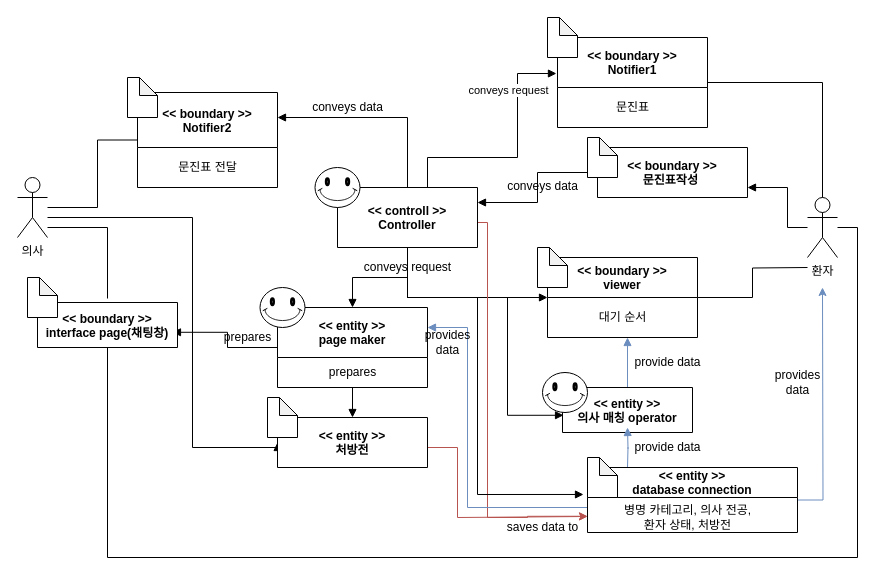
This is doctor/Domain model/UC1.drawio from yhb1834/Smart-Health-Prediction-System, a draw.io file, before an edit. Source tidied: cells renumbered, new cells numbered last; positions are measured from the earlier drawing's top-left corner, leaving out a move shared by most shapes. Both pictures are drawn from the tidied source at 100%, with x=0, y=0 at pixel (17, 17).
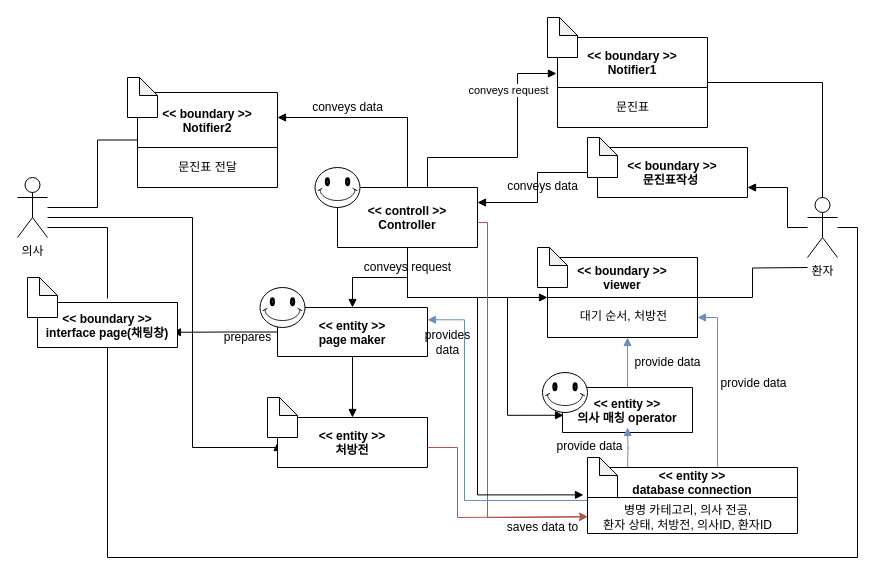
Above is the later version.

The change refers to these unchanged cells:
```xml
<mxCell id="24" value="&lt;&lt; boundary &gt;&gt;&#10;viewer" style="swimlane;startSize=40;" parent="1" vertex="1">
  <mxGeometry x="530" y="240" width="150" height="80" as="geometry" />
</mxCell>
```

Diff of the diagram source:
```diff
@@
-    <mxCell id="25" value="대기 순서" style="text;html=1;align=center;verticalAlign=middle;strokeColor=none;" parent="24" vertex="1">
-      <mxGeometry x="45" y="50" width="60" height="20" as="geometry" />
+    <mxCell id="25" value="대기 순서, 처방전" style="text;html=1;align=center;verticalAlign=middle;strokeColor=none;" parent="24" vertex="1">
+      <mxGeometry x="29" y="50" width="93" height="18" as="geometry" />
     </mxCell>
@@
     <mxCell id="29" value="&lt;&lt; entity &gt;&gt;&#10;page maker" style="swimlane;startSize=50;" parent="1" vertex="1">
-      <mxGeometry x="260" y="290" width="150" height="80" as="geometry" />
+      <mxGeometry x="260" y="290" width="150" height="49" as="geometry" />
     </mxCell>
-    <mxCell id="30" value="prepares" style="text;html=1;align=center;verticalAlign=middle;strokeColor=none;" parent="29" vertex="1">
-      <mxGeometry x="45" y="55" width="60" height="20" as="geometry" />
-    </mxCell>
@@
-    <mxCell id="39" style="edgeStyle=orthogonalEdgeStyle;rounded=0;jettySize=auto;html=1;fillColor=#dae8fc;strokeColor=#6c8ebf;" parent="1" edge="1" source="41">
-      <mxGeometry relative="1" as="geometry">
-        <mxPoint x="805" y="270" as="targetPoint" />
-      </mxGeometry>
-    </mxCell>
     <mxCell id="40" style="edgeStyle=orthogonalEdgeStyle;rounded=0;jettySize=auto;html=1;entryX=1;entryY=0.25;entryDx=0;entryDy=0;endArrow=block;endFill=1;fillColor=#dae8fc;strokeColor=#6c8ebf;" parent="1" edge="1" source="41" target="29">
       <mxGeometry relative="1" as="geometry">
         <Array as="points">
-          <mxPoint x="450" y="490" />
-          <mxPoint x="450" y="310" />
+          <mxPoint x="447" y="483" />
+          <mxPoint x="447" y="302" />
         </Array>
       </mxGeometry>
     </mxCell>
+    <mxCell id="62" style="edgeStyle=orthogonalEdgeStyle;rounded=0;jettySize=auto;html=1;entryX=1;entryY=0.75;entryDx=0;entryDy=0;endArrow=block;endFill=1;exitX=0.624;exitY=0;exitDx=0;exitDy=0;exitPerimeter=0;fillColor=#dae8fc;strokeColor=#6c8ebf;" parent="1" edge="1" source="41" target="24">
+      <mxGeometry relative="1" as="geometry">
+        <Array as="points">
+          <mxPoint x="700" y="450" />
+          <mxPoint x="700" y="300" />
+        </Array>
+      </mxGeometry>
+    </mxCell>
     <mxCell id="41" value="&lt;&lt; entity &gt;&gt;&#10;database connection" style="swimlane;startSize=30;" parent="1" vertex="1">
-      <mxGeometry x="570" y="450" width="210" height="65" as="geometry" />
+      <mxGeometry x="570" y="450" width="210" height="66" as="geometry" />
     </mxCell>
-    <mxCell id="42" value="병명 카테고리, 의사 전공, &lt;br&gt;환자 상태, 처방전" style="text;html=1;align=center;verticalAlign=middle;strokeColor=none;" parent="41" vertex="1">
-      <mxGeometry x="30" y="35" width="140" height="30" as="geometry" />
+    <mxCell id="42" value="병명 카테고리, 의사 전공, &lt;br&gt;환자 상태, 처방전, 의사ID, 환자ID" style="text;html=1;align=center;verticalAlign=middle;strokeColor=none;" parent="41" vertex="1">
+      <mxGeometry x="14" y="34" width="172" height="32" as="geometry" />
     </mxCell>
@@
     <mxCell id="48" value="provide data" style="text;html=1;align=center;verticalAlign=middle;strokeColor=none;" parent="1" vertex="1">
-      <mxGeometry x="610" y="420" width="80" height="20" as="geometry" />
+      <mxGeometry x="532" y="419" width="80" height="20" as="geometry" />
     </mxCell>
@@
-    <mxCell id="58" value="provides &lt;br&gt;data" style="text;html=1;align=center;verticalAlign=middle;strokeColor=none;" parent="1" vertex="1">
-      <mxGeometry x="750" y="350" width="60" height="30" as="geometry" />
-    </mxCell>
@@
+    <mxCell id="63" value="provide data" style="text;html=1;align=center;verticalAlign=middle;strokeColor=none;" parent="1" vertex="1">
+      <mxGeometry x="698" y="357" width="76" height="18" as="geometry" />
+    </mxCell>
```
